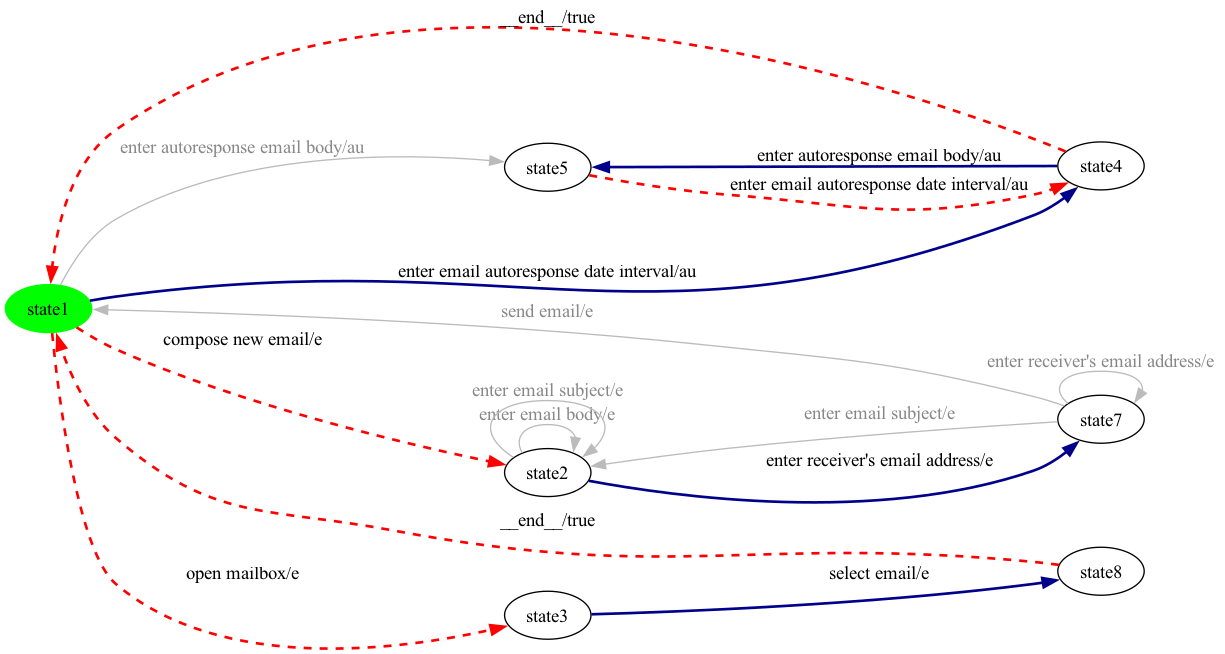
This is milestone-reports/per-product-all-states/eMail/eMail-product9-walk.png from dilekozturk93/vibes, a Graphviz export, as it was before one commit. Its source is kept beside it as milestone-reports/per-product-all-states/eMail/eMail-product9-walk.dot.
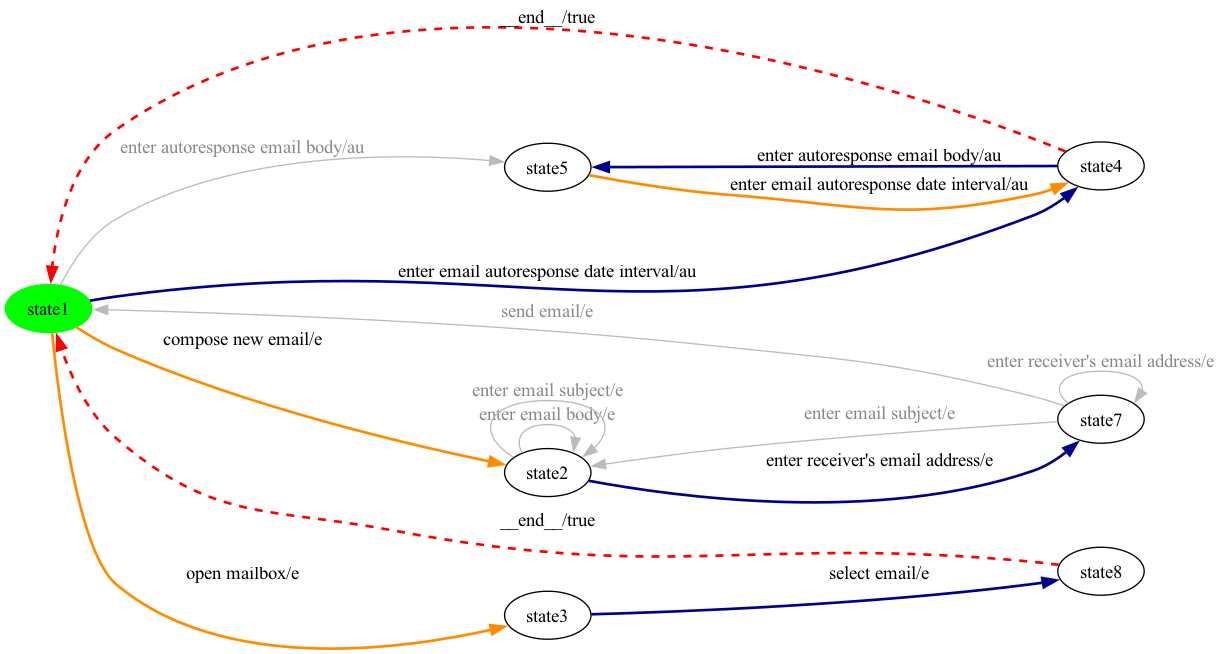
Above is the later version.

The edit, as a diff of the source:
```diff
@@ -10,15 +10,15 @@
 state3 -> state0 [ label=" send email/e ", color="#bbbbbb", fontcolor="#888888" ];
 state5 -> state1 [ label=" enter autoresponse email body/au ", style=bold, color=darkblue, penwidth=2 ];
 state6 -> state2 [ label=" select email/e ", style=bold, color=darkblue, penwidth=2 ];
-state1 -> state5 [ label=" enter email autoresponse date interval/au ", style=dashed, color=red, penwidth=2 ];
+state1 -> state5 [ label=" enter email autoresponse date interval/au ", style=bold, color=darkorange, penwidth=2 ];
 state4 -> state3 [ label=" enter receiver's email address/e ", style=bold, color=darkblue, penwidth=2 ];
 state3 -> state4 [ label=" enter email subject/e ", color="#bbbbbb", fontcolor="#888888" ];
 state0 -> state5 [ label=" enter email autoresponse date interval/au ", style=bold, color=darkblue, penwidth=2 ];
 state0 -> state1 [ label=" enter autoresponse email body/au ", color="#bbbbbb", fontcolor="#888888" ];
 state5 -> state0 [ label=" __end__/true ", style=dashed, color=red, penwidth=2 ];
 state2 -> state0 [ label=" __end__/true ", style=dashed, color=red, penwidth=2 ];
-state0 -> state6 [ label=" open mailbox/e ", style=dashed, color=red, penwidth=2 ];
-state0 -> state4 [ label=" compose new email/e ", style=dashed, color=red, penwidth=2 ];
+state0 -> state6 [ label=" open mailbox/e ", style=bold, color=darkorange, penwidth=2 ];
+state0 -> state4 [ label=" compose new email/e ", style=bold, color=darkorange, penwidth=2 ];
 state4 -> state4 [ label=" enter email body/e ", color="#bbbbbb", fontcolor="#888888" ];
 state4 -> state4 [ label=" enter email subject/e ", color="#bbbbbb", fontcolor="#888888" ];
 state3 -> state3 [ label=" enter receiver's email address/e ", color="#bbbbbb", fontcolor="#888888" ];
```
